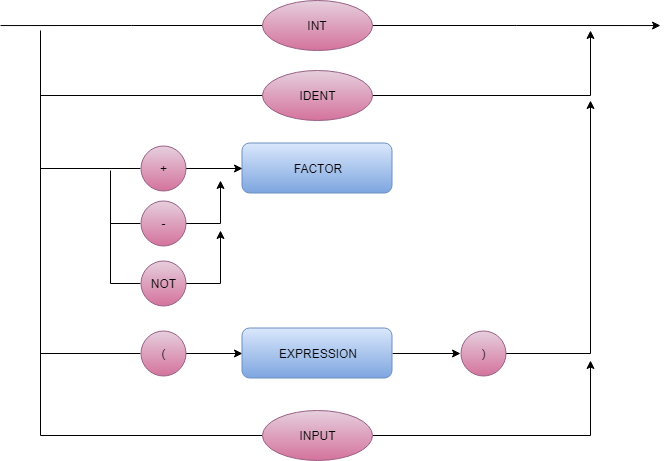
The draw.io diagram Imgs/FACTOR.png in Leostayner/Compilador-LM, before a commit. Source tidied: cells renumbered, new cells last; positions are measured from the earlier drawing's top-left corner, leaving out a move shared by most shapes.
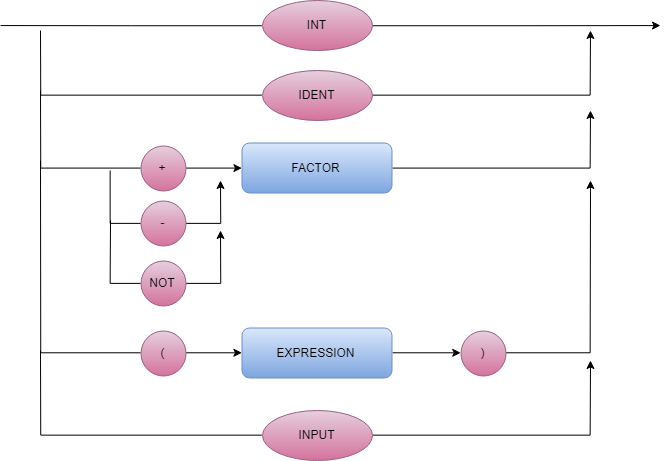
After the commit.

Commit message:
diagramas atualizados

Diff of the diagram source:
```diff
@@ -2,79 +2,84 @@
   <root>
     <mxCell id="0" />
     <mxCell id="1" parent="0" />
+    <mxCell id="28" style="edgeStyle=orthogonalEdgeStyle;rounded=0;jettySize=auto;html=1;exitX=1;exitY=0.5;exitDx=0;exitDy=0;endArrow=classic;endFill=1;" parent="1" edge="1" source="2">
+      <mxGeometry relative="1" as="geometry">
+        <mxPoint x="590" y="110" as="targetPoint" />
+      </mxGeometry>
+    </mxCell>
     <mxCell id="2" value="FACTOR" style="rounded=1;whiteSpace=wrap;html=1;gradientColor=#7ea6e0;fillColor=#dae8fc;strokeColor=#6c8ebf;" parent="1" vertex="1">
       <mxGeometry x="241.5" y="142.5" width="150" height="50" as="geometry" />
     </mxCell>
-    <mxCell id="3" style="edgeStyle=orthogonalEdgeStyle;rounded=0;jettySize=auto;html=1;exitX=0;exitY=0.5;exitDx=0;exitDy=0;endArrow=none;endFill=0;" parent="1" edge="1" source="5">
-      <mxGeometry relative="1" as="geometry">
-        <mxPoint y="25.1" as="targetPoint" />
-      </mxGeometry>
-    </mxCell>
-    <mxCell id="4" style="edgeStyle=orthogonalEdgeStyle;rounded=0;jettySize=auto;html=1;exitX=1;exitY=0.5;exitDx=0;exitDy=0;" parent="1" edge="1" source="5">
-      <mxGeometry relative="1" as="geometry">
-        <mxPoint x="660" y="25.1" as="targetPoint" />
-      </mxGeometry>
-    </mxCell>
+    <mxCell id="29" style="edgeStyle=orthogonalEdgeStyle;rounded=0;jettySize=auto;html=1;exitX=0;exitY=0.5;exitDx=0;exitDy=0;endArrow=none;endFill=0;" parent="1" edge="1" source="5">
+      <mxGeometry relative="1" as="geometry">
+        <mxPoint y="25.1" as="targetPoint" />
+      </mxGeometry>
+    </mxCell>
+    <mxCell id="30" style="edgeStyle=orthogonalEdgeStyle;rounded=0;jettySize=auto;html=1;exitX=1;exitY=0.5;exitDx=0;exitDy=0;" parent="1" edge="1" source="5">
+      <mxGeometry relative="1" as="geometry">
+        <mxPoint x="660" y="25.1" as="targetPoint" />
+      </mxGeometry>
+    </mxCell>
     <mxCell id="5" value="INT" style="ellipse;whiteSpace=wrap;html=1;gradientColor=#d5739d;fillColor=#e6d0de;strokeColor=#996185;" parent="1" vertex="1">
       <mxGeometry x="261.5" width="110" height="50" as="geometry" />
     </mxCell>
-    <mxCell id="6" style="edgeStyle=orthogonalEdgeStyle;rounded=0;jettySize=auto;html=1;exitX=0;exitY=0.5;exitDx=0;exitDy=0;endArrow=none;endFill=0;" parent="1" edge="1" source="8">
-      <mxGeometry relative="1" as="geometry">
-        <mxPoint x="40" y="30" as="targetPoint" />
-      </mxGeometry>
-    </mxCell>
-    <mxCell id="7" style="edgeStyle=orthogonalEdgeStyle;rounded=0;jettySize=auto;html=1;exitX=1;exitY=0.5;exitDx=0;exitDy=0;" parent="1" edge="1" source="8">
-      <mxGeometry relative="1" as="geometry">
-        <mxPoint x="590" y="30" as="targetPoint" />
-      </mxGeometry>
-    </mxCell>
+    <mxCell id="31" style="edgeStyle=orthogonalEdgeStyle;rounded=0;jettySize=auto;html=1;exitX=0;exitY=0.5;exitDx=0;exitDy=0;endArrow=none;endFill=0;" parent="1" edge="1" source="8">
+      <mxGeometry relative="1" as="geometry">
+        <mxPoint x="40" y="30" as="targetPoint" />
+      </mxGeometry>
+    </mxCell>
+    <mxCell id="32" style="edgeStyle=orthogonalEdgeStyle;rounded=0;jettySize=auto;html=1;exitX=1;exitY=0.5;exitDx=0;exitDy=0;" parent="1" edge="1" source="8">
+      <mxGeometry relative="1" as="geometry">
+        <mxPoint x="590" y="30" as="targetPoint" />
+      </mxGeometry>
+    </mxCell>
     <mxCell id="8" value="IDENT" style="ellipse;whiteSpace=wrap;html=1;gradientColor=#d5739d;fillColor=#e6d0de;strokeColor=#996185;" parent="1" vertex="1">
       <mxGeometry x="261.5" y="70" width="110" height="50" as="geometry" />
     </mxCell>
-    <mxCell id="9" style="edgeStyle=orthogonalEdgeStyle;rounded=0;jettySize=auto;html=1;exitX=0;exitY=0.5;exitDx=0;exitDy=0;endArrow=none;endFill=0;" parent="1" edge="1" source="11">
-      <mxGeometry relative="1" as="geometry">
-        <mxPoint x="40" y="90" as="targetPoint" />
-      </mxGeometry>
-    </mxCell>
+    <mxCell id="33" style="edgeStyle=orthogonalEdgeStyle;rounded=0;jettySize=auto;html=1;exitX=0;exitY=0.5;exitDx=0;exitDy=0;endArrow=none;endFill=0;" parent="1" edge="1" source="11">
+      <mxGeometry relative="1" as="geometry">
+        <mxPoint x="40" y="90" as="targetPoint" />
+      </mxGeometry>
+    </mxCell>
     <mxCell id="10" style="edgeStyle=orthogonalEdgeStyle;rounded=0;jettySize=auto;html=1;exitX=1;exitY=0.5;exitDx=0;exitDy=0;entryX=0;entryY=0.5;entryDx=0;entryDy=0;" parent="1" edge="1" source="11" target="2">
       <mxGeometry relative="1" as="geometry" />
     </mxCell>
     <mxCell id="11" value="+&lt;br&gt;" style="ellipse;whiteSpace=wrap;html=1;gradientColor=#d5739d;fillColor=#e6d0de;strokeColor=#996185;" parent="1" vertex="1">
       <mxGeometry x="140" y="145" width="45" height="45" as="geometry" />
     </mxCell>
-    <mxCell id="12" style="edgeStyle=orthogonalEdgeStyle;rounded=0;jettySize=auto;html=1;exitX=0;exitY=0.5;exitDx=0;exitDy=0;endArrow=none;endFill=0;" parent="1" edge="1" source="14">
-      <mxGeometry relative="1" as="geometry">
-        <mxPoint x="110" y="170" as="targetPoint" />
-        <Array as="points">
-          <mxPoint x="110" y="223" />
-          <mxPoint x="110" y="170" />
-        </Array>
-      </mxGeometry>
-    </mxCell>
-    <mxCell id="13" style="edgeStyle=orthogonalEdgeStyle;rounded=0;jettySize=auto;html=1;exitX=1;exitY=0.5;exitDx=0;exitDy=0;" parent="1" edge="1" source="14">
-      <mxGeometry relative="1" as="geometry">
-        <mxPoint x="220" y="180" as="targetPoint" />
-      </mxGeometry>
-    </mxCell>
+    <mxCell id="34" style="edgeStyle=orthogonalEdgeStyle;rounded=0;jettySize=auto;html=1;exitX=0;exitY=0.5;exitDx=0;exitDy=0;endArrow=none;endFill=0;" parent="1" edge="1" source="14">
+      <mxGeometry relative="1" as="geometry">
+        <mxPoint x="110" y="170" as="targetPoint" />
+        <Array as="points">
+          <mxPoint x="110" y="223" />
+          <mxPoint x="110" y="170" />
+        </Array>
+      </mxGeometry>
+    </mxCell>
+    <mxCell id="35" style="edgeStyle=orthogonalEdgeStyle;rounded=0;jettySize=auto;html=1;exitX=1;exitY=0.5;exitDx=0;exitDy=0;" parent="1" edge="1" source="14">
+      <mxGeometry relative="1" as="geometry">
+        <mxPoint x="220" y="180" as="targetPoint" />
+      </mxGeometry>
+    </mxCell>
     <mxCell id="14" value="-&lt;br&gt;" style="ellipse;whiteSpace=wrap;html=1;gradientColor=#d5739d;fillColor=#e6d0de;strokeColor=#996185;" parent="1" vertex="1">
       <mxGeometry x="140" y="200" width="45" height="45" as="geometry" />
     </mxCell>
-    <mxCell id="15" style="edgeStyle=orthogonalEdgeStyle;rounded=0;jettySize=auto;html=1;exitX=0;exitY=0.5;exitDx=0;exitDy=0;endArrow=none;endFill=0;" parent="1" edge="1" source="17">
-      <mxGeometry relative="1" as="geometry">
-        <mxPoint x="40" y="160" as="targetPoint" />
-      </mxGeometry>
-    </mxCell>
+    <mxCell id="36" style="edgeStyle=orthogonalEdgeStyle;rounded=0;jettySize=auto;html=1;exitX=0;exitY=0.5;exitDx=0;exitDy=0;endArrow=none;endFill=0;" parent="1" edge="1" source="17">
+      <mxGeometry relative="1" as="geometry">
+        <mxPoint x="40" y="160" as="targetPoint" />
+      </mxGeometry>
+    </mxCell>
     <mxCell id="16" style="edgeStyle=orthogonalEdgeStyle;rounded=0;jettySize=auto;html=1;exitX=1;exitY=0.5;exitDx=0;exitDy=0;entryX=0;entryY=0.5;entryDx=0;entryDy=0;" parent="1" edge="1" source="17" target="21">
       <mxGeometry relative="1" as="geometry" />
     </mxCell>
     <mxCell id="17" value="(&lt;br&gt;" style="ellipse;whiteSpace=wrap;html=1;gradientColor=#d5739d;fillColor=#e6d0de;strokeColor=#996185;" parent="1" vertex="1">
       <mxGeometry x="140" y="330" width="45" height="45" as="geometry" />
     </mxCell>
-    <mxCell id="18" style="edgeStyle=orthogonalEdgeStyle;rounded=0;jettySize=auto;html=1;exitX=1;exitY=0.5;exitDx=0;exitDy=0;" parent="1" edge="1" source="19">
-      <mxGeometry relative="1" as="geometry">
-        <mxPoint x="590" y="100" as="targetPoint" />
-      </mxGeometry>
-    </mxCell>
+    <mxCell id="37" style="edgeStyle=orthogonalEdgeStyle;rounded=0;jettySize=auto;html=1;exitX=1;exitY=0.5;exitDx=0;exitDy=0;" parent="1" edge="1" source="19">
+      <mxGeometry relative="1" as="geometry">
+        <mxPoint x="590" y="180" as="targetPoint" />
+      </mxGeometry>
+    </mxCell>
     <mxCell id="19" value=")&lt;br&gt;" style="ellipse;whiteSpace=wrap;html=1;gradientColor=#d5739d;fillColor=#e6d0de;strokeColor=#996185;" parent="1" vertex="1">
       <mxGeometry x="460" y="330" width="45" height="45" as="geometry" />
     </mxCell>
@@ -84,29 +89,29 @@
     <mxCell id="21" value="EXPRESSION" style="rounded=1;whiteSpace=wrap;html=1;gradientColor=#7ea6e0;fillColor=#dae8fc;strokeColor=#6c8ebf;" parent="1" vertex="1">
       <mxGeometry x="241.5" y="327.5" width="150" height="50" as="geometry" />
     </mxCell>
-    <mxCell id="22" style="edgeStyle=orthogonalEdgeStyle;rounded=0;jettySize=auto;html=1;exitX=0;exitY=0.5;exitDx=0;exitDy=0;endArrow=none;endFill=0;" parent="1" edge="1" source="24">
-      <mxGeometry relative="1" as="geometry">
-        <mxPoint x="40" y="350" as="targetPoint" />
-      </mxGeometry>
-    </mxCell>
-    <mxCell id="23" style="edgeStyle=orthogonalEdgeStyle;rounded=0;jettySize=auto;html=1;exitX=1;exitY=0.5;exitDx=0;exitDy=0;" parent="1" edge="1" source="24">
-      <mxGeometry relative="1" as="geometry">
-        <mxPoint x="590" y="360" as="targetPoint" />
-      </mxGeometry>
-    </mxCell>
+    <mxCell id="38" style="edgeStyle=orthogonalEdgeStyle;rounded=0;jettySize=auto;html=1;exitX=0;exitY=0.5;exitDx=0;exitDy=0;endArrow=none;endFill=0;" parent="1" edge="1" source="24">
+      <mxGeometry relative="1" as="geometry">
+        <mxPoint x="40" y="350" as="targetPoint" />
+      </mxGeometry>
+    </mxCell>
+    <mxCell id="39" style="edgeStyle=orthogonalEdgeStyle;rounded=0;jettySize=auto;html=1;exitX=1;exitY=0.5;exitDx=0;exitDy=0;" parent="1" edge="1" source="24">
+      <mxGeometry relative="1" as="geometry">
+        <mxPoint x="590" y="360" as="targetPoint" />
+      </mxGeometry>
+    </mxCell>
     <mxCell id="24" value="INPUT" style="ellipse;whiteSpace=wrap;html=1;gradientColor=#d5739d;fillColor=#e6d0de;strokeColor=#996185;" parent="1" vertex="1">
       <mxGeometry x="261.5" y="410" width="110" height="50" as="geometry" />
     </mxCell>
-    <mxCell id="25" style="edgeStyle=orthogonalEdgeStyle;rounded=0;jettySize=auto;html=1;exitX=0;exitY=0.5;exitDx=0;exitDy=0;endArrow=none;endFill=0;" parent="1" edge="1" source="27">
-      <mxGeometry relative="1" as="geometry">
-        <mxPoint x="110" y="220" as="targetPoint" />
-      </mxGeometry>
-    </mxCell>
-    <mxCell id="26" style="edgeStyle=orthogonalEdgeStyle;rounded=0;jettySize=auto;html=1;exitX=1;exitY=0.5;exitDx=0;exitDy=0;" parent="1" edge="1" source="27">
-      <mxGeometry relative="1" as="geometry">
-        <mxPoint x="220" y="230" as="targetPoint" />
-      </mxGeometry>
-    </mxCell>
+    <mxCell id="40" style="edgeStyle=orthogonalEdgeStyle;rounded=0;jettySize=auto;html=1;exitX=0;exitY=0.5;exitDx=0;exitDy=0;endArrow=none;endFill=0;" parent="1" edge="1" source="27">
+      <mxGeometry relative="1" as="geometry">
+        <mxPoint x="110" y="220" as="targetPoint" />
+      </mxGeometry>
+    </mxCell>
+    <mxCell id="41" style="edgeStyle=orthogonalEdgeStyle;rounded=0;jettySize=auto;html=1;exitX=1;exitY=0.5;exitDx=0;exitDy=0;" parent="1" edge="1" source="27">
+      <mxGeometry relative="1" as="geometry">
+        <mxPoint x="220" y="230" as="targetPoint" />
+      </mxGeometry>
+    </mxCell>
     <mxCell id="27" value="NOT&lt;br&gt;" style="ellipse;whiteSpace=wrap;html=1;gradientColor=#d5739d;fillColor=#e6d0de;strokeColor=#996185;" parent="1" vertex="1">
       <mxGeometry x="140" y="260" width="45" height="45" as="geometry" />
     </mxCell>
```
